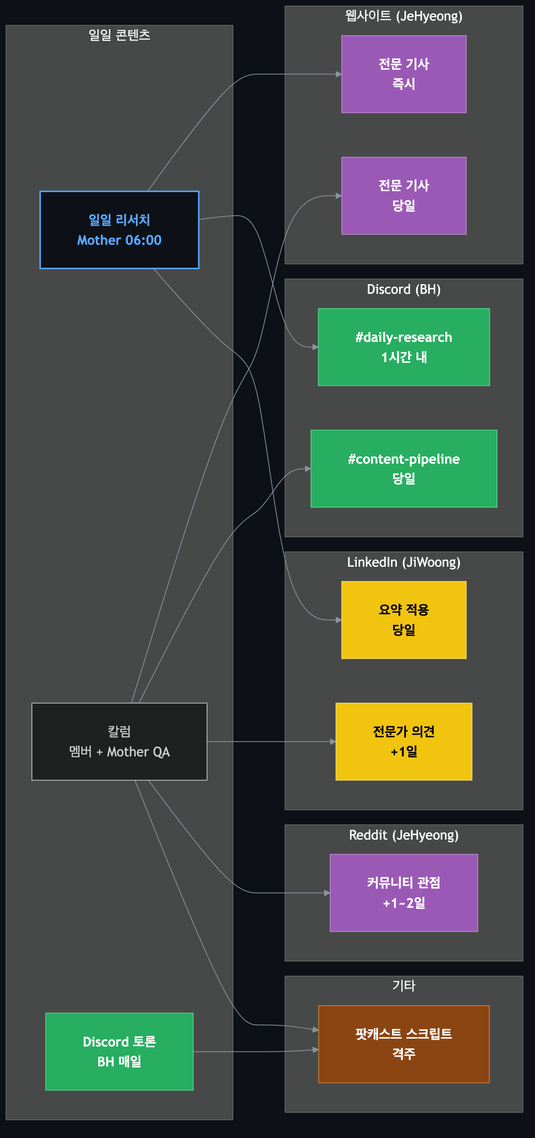
This is products/hypeproof-workflow-diagrams/d6a-color.png from JeHyeong2/hypeprooflab, a Mermaid export, as it was before one commit. Its source is kept beside it as products/hypeproof-workflow-diagrams/d6a-color.mmd.
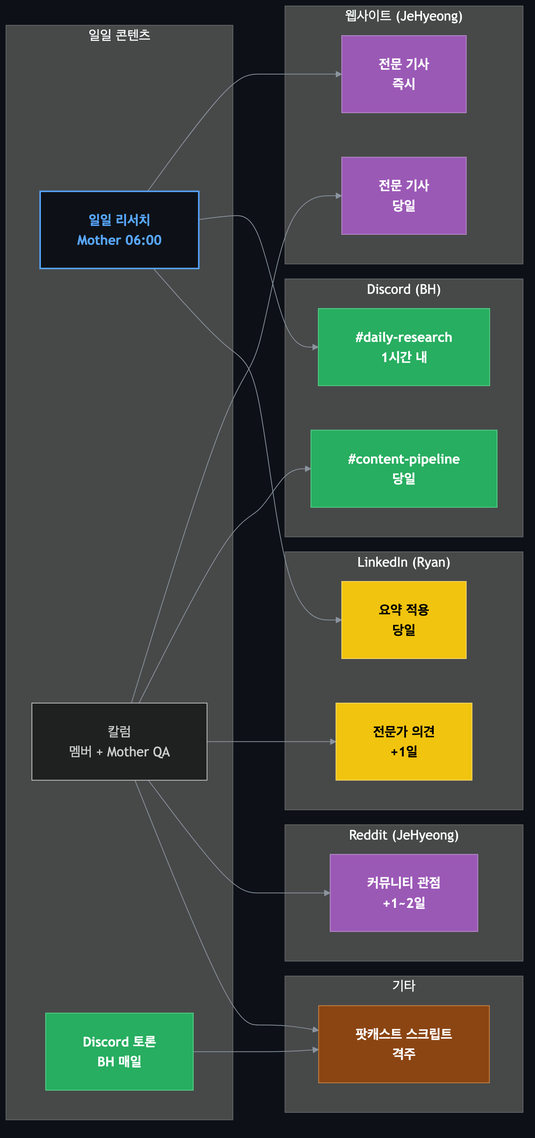
After the commit.

What changed in the source:
```diff
@@ -15,7 +15,7 @@
         D2["#content-pipeline<br/>당일"]
     end
 
-    subgraph LI["LinkedIn (JiWoong)"]
+    subgraph LI["LinkedIn (Ryan)"]
         L1["요약 적용<br/>당일"]
         L2["전문가 의견<br/>+1일"]
     end
@@ -42,17 +42,16 @@
 
     classDef jay fill:#1f6feb,stroke:#388bfd,color:#fff,font-weight:bold
     classDef kiwon fill:#e8734a,stroke:#f78166,color:#fff,font-weight:bold
-    classDef jiwoong fill:#f1c40f,stroke:#f7dc6f,color:#000,font-weight:bold
+    classDef ryan fill:#f1c40f,stroke:#f7dc6f,color:#000,font-weight:bold
     classDef jy fill:#e74c3c,stroke:#f1948a,color:#fff,font-weight:bold
     classDef tj fill:#8b4513,stroke:#cd853f,color:#fff,font-weight:bold
     classDef jehyeong fill:#9b59b6,stroke:#bb8fce,color:#fff,font-weight:bold
     classDef bh fill:#27ae60,stroke:#58d68d,color:#fff,font-weight:bold
     classDef jungwoo fill:#3498db,stroke:#85c1e9,color:#fff,font-weight:bold
-    classDef ryan fill:#95a5a6,stroke:#bdc3c7,color:#000,font-weight:bold
     classDef mother fill:#0d1117,stroke:#58a6ff,color:#58a6ff,font-weight:bold,stroke-width:2px
 
     class C1 mother
     class C7,D1,D2 bh
     class W1,W2,R2 jehyeong
-    class L1,L2 jiwoong
+    class L1,L2 ryan
     class O7 tj
```
